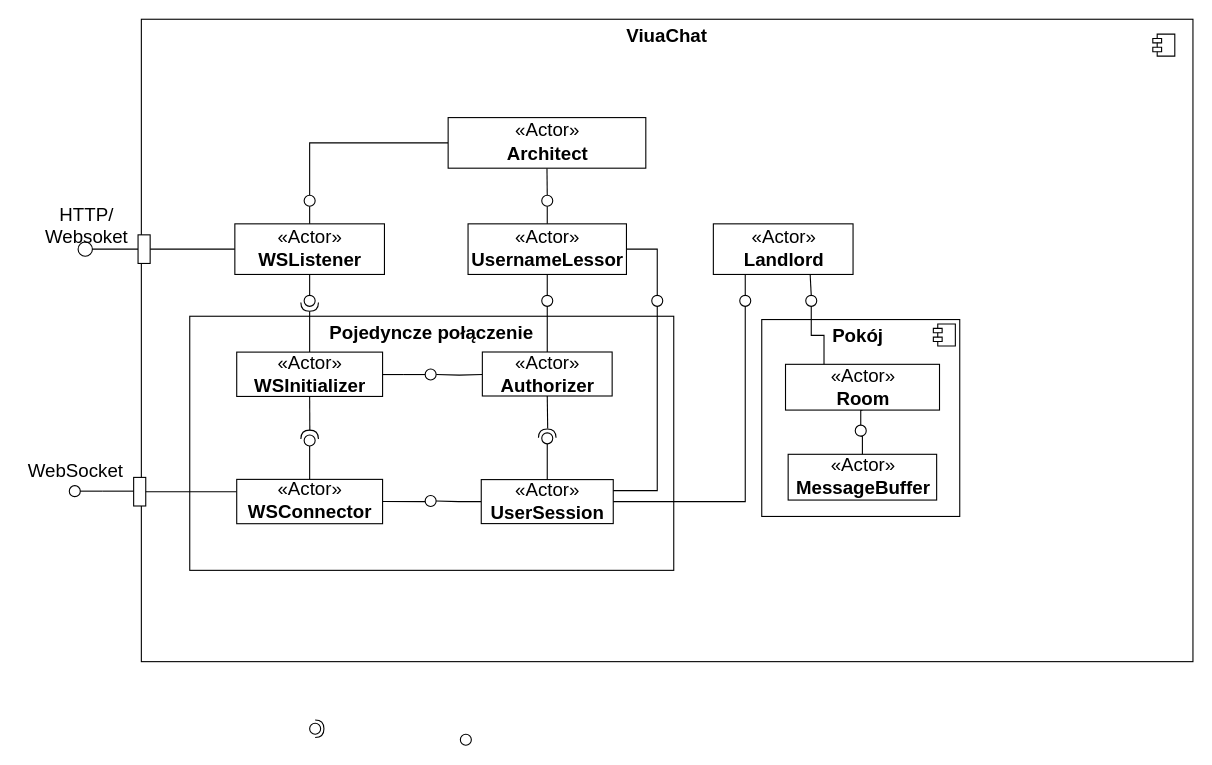
Above: viuachat/diag/Diagram komponentow viuachat.drawio in marekjm/inzynierka (draw.io), before the change. Source tidied: cells renumbered, new cells numbered last; positions are measured from the earlier drawing's top-left corner, leaving out a move shared by most shapes. Both pictures are drawn from the tidied source at 110%, with x=0, y=0 at pixel (20, 19).
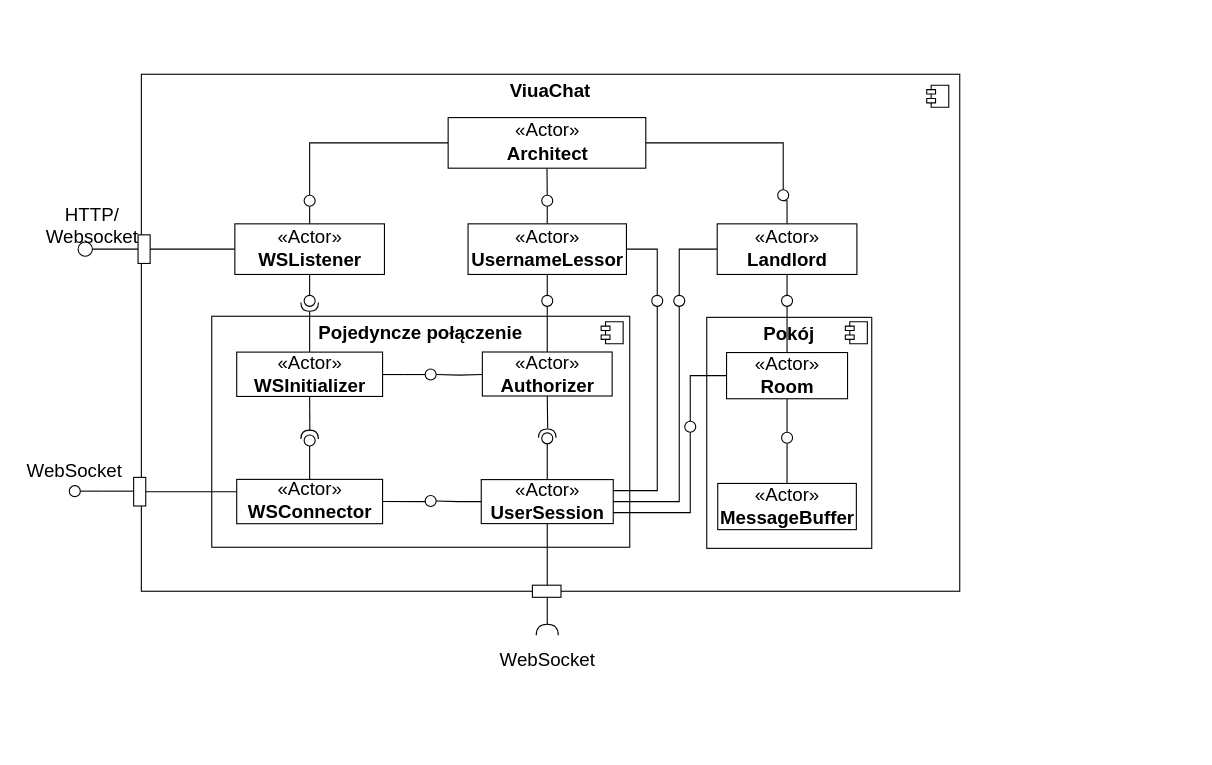
After the change.

Commit message (it also covers changes not shown here):
Poprawione schematy komponentow i sekwencyjne

The change refers to these unchanged cells:
```xml
<mxCell id="21" value="«Actor»&lt;br style=&quot;font-size: 17px;&quot;&gt;&lt;b style=&quot;font-size: 17px;&quot;&gt;Architect&lt;/b&gt;&lt;br style=&quot;font-size: 17px;&quot;&gt;" style="html=1;fontSize=17;" parent="1" vertex="1">
  <mxGeometry x="388.9" y="89.4" width="179.7" height="46" as="geometry" />
</mxCell>
<mxCell id="38" value="«Actor»&lt;br style=&quot;font-size: 17px;&quot;&gt;&lt;b style=&quot;font-size: 17px;&quot;&gt;UserSession&lt;/b&gt;&lt;br style=&quot;font-size: 17px;&quot;&gt;" style="html=1;fontSize=17;" parent="1" vertex="1">
  <mxGeometry x="419" y="418.5" width="120" height="40" as="geometry" />
</mxCell>
```

What changed in the source:
```diff
@@
     <mxCell id="2" value="&lt;p style=&quot;margin: 6px 0px 0px ; text-align: center ; font-size: 17px&quot;&gt;&lt;b&gt;ViuaChat&lt;/b&gt;&lt;/p&gt;" style="align=left;overflow=fill;html=1;fontSize=17;" parent="1" vertex="1">
-      <mxGeometry x="110" width="956" height="584" as="geometry" />
+      <mxGeometry x="110" y="50" width="744" height="470" as="geometry" />
     </mxCell>
-    <mxCell id="3" value="&lt;p style=&quot;margin: 6px 0px 0px; text-align: center; font-size: 17px;&quot;&gt;&lt;b style=&quot;font-size: 17px;&quot;&gt;Pokój&amp;nbsp;&lt;/b&gt;&lt;/p&gt;" style="align=left;overflow=fill;html=1;fontSize=17;" parent="1" vertex="1">
-      <mxGeometry x="674" y="273" width="180" height="179" as="geometry" />
+    <mxCell id="3" value="&lt;p style=&quot;margin: 6px 0px 0px ; text-align: center ; font-size: 17px&quot;&gt;&lt;b style=&quot;font-size: 17px&quot;&gt;Pokój&lt;/b&gt;&lt;/p&gt;" style="align=left;overflow=fill;html=1;fontSize=17;" parent="1" vertex="1">
+      <mxGeometry x="624" y="271" width="150" height="210" as="geometry" />
     </mxCell>
-    <mxCell id="4" style="shape=component;jettyWidth=8;jettyHeight=4;fontSize=17;" parent="3" vertex="1">
-      <mxGeometry x="1" width="20" height="20" relative="1" as="geometry">
-        <mxPoint x="-24" y="4" as="offset" />
-      </mxGeometry>
-    </mxCell>
-    <mxCell id="5" style="edgeStyle=orthogonalEdgeStyle;rounded=0;html=1;exitX=0.5;exitY=1;entryX=0.5;entryY=0;endArrow=none;endFill=0;jettySize=auto;strokeWidth=1;fontSize=11;" parent="3" edge="1" source="6" target="9">
-      <mxGeometry relative="1" as="geometry" />
-    </mxCell>
-    <mxCell id="6" value="«Actor»&lt;br style=&quot;font-size: 17px;&quot;&gt;&lt;b style=&quot;font-size: 17px;&quot;&gt;Room&lt;/b&gt;&lt;br style=&quot;font-size: 17px;&quot;&gt;" style="html=1;fontSize=17;" parent="3" vertex="1">
-      <mxGeometry x="21.6" y="40.7" width="140" height="41.6" as="geometry" />
-    </mxCell>
-    <mxCell id="7" value="«Actor»&lt;br style=&quot;font-size: 17px;&quot;&gt;&lt;b style=&quot;font-size: 17px;&quot;&gt;MessageBuffer&lt;/b&gt;&lt;br style=&quot;font-size: 17px;&quot;&gt;" style="html=1;fontSize=17;" parent="3" vertex="1">
-      <mxGeometry x="24" y="122.5" width="135" height="41.6" as="geometry" />
-    </mxCell>
-    <mxCell id="8" style="edgeStyle=orthogonalEdgeStyle;rounded=0;html=1;exitX=0.5;exitY=1;entryX=0.5;entryY=0;endArrow=none;endFill=0;jettySize=auto;strokeWidth=1;fontSize=11;" parent="3" edge="1" source="9" target="7">
-      <mxGeometry relative="1" as="geometry" />
-    </mxCell>
-    <mxCell id="9" style="ellipse;whiteSpace=wrap;html=1;fontSize=11;align=center;" parent="3" vertex="1">
-      <mxGeometry x="85" y="96" width="10" height="10" as="geometry" />
-    </mxCell>
     <mxCell id="10" value="&lt;p style=&quot;margin: 6px 0px 0px; text-align: center; font-size: 17px;&quot;&gt;&lt;b style=&quot;font-size: 17px;&quot;&gt;Pojedyncze połączenie&lt;/b&gt;&lt;/p&gt;" style="align=left;overflow=fill;html=1;fontSize=17;" parent="1" vertex="1">
-      <mxGeometry x="154" y="270" width="440" height="231" as="geometry" />
+      <mxGeometry x="174" y="270" width="380" height="210" as="geometry" />
     </mxCell>
@@
-    <mxCell id="14" style="edgeStyle=orthogonalEdgeStyle;rounded=0;html=1;exitX=0.25;exitY=1;entryX=0.5;entryY=0;endArrow=none;endFill=0;jettySize=auto;strokeWidth=1;fontSize=11;" parent="1" edge="1" source="16" target="58">
+    <mxCell id="14" style="edgeStyle=orthogonalEdgeStyle;rounded=0;jettySize=auto;html=1;exitX=0;exitY=0.5;exitDx=0;exitDy=0;entryX=0.5;entryY=0;entryDx=0;entryDy=0;endArrow=none;endFill=0;" parent="1" edge="1" source="16" target="58">
       <mxGeometry relative="1" as="geometry" />
     </mxCell>
-    <mxCell id="15" style="edgeStyle=orthogonalEdgeStyle;rounded=0;html=1;exitX=0.693;exitY=1;entryX=0.5;entryY=0;endArrow=none;endFill=0;jettySize=auto;strokeWidth=1;fontSize=11;exitPerimeter=0;" parent="1" edge="1" source="16" target="69">
-      <mxGeometry relative="1" as="geometry">
-        <Array as="points">
-          <mxPoint x="719" y="232" />
-        </Array>
-      </mxGeometry>
+    <mxCell id="15" style="edgeStyle=orthogonalEdgeStyle;rounded=0;jettySize=auto;html=1;exitX=0.5;exitY=1;exitDx=0;exitDy=0;entryX=0.5;entryY=0;entryDx=0;entryDy=0;endArrow=none;endFill=0;" parent="1" edge="1" source="16" target="69">
+      <mxGeometry relative="1" as="geometry" />
     </mxCell>
     <mxCell id="16" value="«Actor»&lt;br style=&quot;font-size: 17px;&quot;&gt;&lt;b style=&quot;font-size: 17px;&quot;&gt;Landlord&lt;/b&gt;&lt;br style=&quot;font-size: 17px;&quot;&gt;" style="html=1;fontSize=17;" parent="1" vertex="1">
-      <mxGeometry x="630" y="186" width="127" height="46" as="geometry" />
+      <mxGeometry x="633.5" y="186" width="127" height="46" as="geometry" />
     </mxCell>
@@
     <mxCell id="24" style="shape=component;jettyWidth=8;jettyHeight=4;fontSize=17;" parent="1" vertex="1">
-      <mxGeometry x="1029.5" y="13.5" width="20" height="20" as="geometry">
+      <mxGeometry x="824" y="60" width="20" height="20" as="geometry">
         <mxPoint x="-24" y="4" as="offset" />
       </mxGeometry>
     </mxCell>
@@
-    <mxCell id="28" value="HTTP/&lt;div style=&quot;text-align: center&quot;&gt;Websoket&lt;/div&gt;" style="text;html=1;align=center;verticalAlign=top;spacingTop=-4;fontSize=17;" parent="1" vertex="1">
-      <mxGeometry x="14.5" y="165.5" width="90" height="40" as="geometry" />
+    <mxCell id="28" value="HTTP/&lt;div style=&quot;text-align: center&quot;&gt;Websocket&lt;/div&gt;" style="text;html=1;align=center;verticalAlign=top;spacingTop=-4;fontSize=17;" parent="1" vertex="1">
+      <mxGeometry x="14.5" y="165.5" width="100" height="40" as="geometry" />
     </mxCell>
     <mxCell id="29" value="WebSocket" style="text;html=1;align=center;verticalAlign=top;spacingTop=-4;fontSize=17;" parent="1" vertex="1">
-      <mxGeometry x="-0.5" y="398.5" width="100" height="20" as="geometry" />
+      <mxGeometry x="-1.5" y="398.5" width="100" height="20" as="geometry" />
     </mxCell>
@@
+    <mxCell id="70" style="edgeStyle=orthogonalEdgeStyle;rounded=0;jettySize=auto;html=1;exitX=0.5;exitY=1;exitDx=0;exitDy=0;entryX=1;entryY=0.5;entryDx=0;entryDy=0;entryPerimeter=0;endArrow=none;endFill=0;" parent="1" edge="1" source="38" target="78">
+      <mxGeometry relative="1" as="geometry" />
+    </mxCell>
@@
-    <mxCell id="47" style="ellipse;whiteSpace=wrap;html=1;fontSize=11;align=center;" parent="1" vertex="1">
-      <mxGeometry x="400" y="650" width="10" height="10" as="geometry" />
-    </mxCell>
@@
-    <mxCell id="50" style="group;" parent="1" vertex="1">
-      <mxGeometry x="263" y="635" width="13" height="20" as="geometry" />
-    </mxCell>
-    <mxCell id="51" style="shape=requires;direction=north;html=1;fontSize=11;align=center;" parent="50" vertex="1">
-      <mxGeometry width="13" height="20" as="geometry" />
-    </mxCell>
-    <mxCell id="52" style="shape=lollipop;direction=south;html=1;fontSize=11;align=center;" parent="50" vertex="1">
-      <mxGeometry y="5" width="10" height="10" as="geometry" />
-    </mxCell>
@@
-    <mxCell id="57" style="edgeStyle=orthogonalEdgeStyle;rounded=0;html=1;exitX=0.5;exitY=1;entryX=1;entryY=0.5;endArrow=none;endFill=0;jettySize=auto;strokeWidth=1;fontSize=11;" parent="1" edge="1" source="58" target="38">
+    <mxCell id="57" style="edgeStyle=orthogonalEdgeStyle;rounded=0;jettySize=auto;html=1;exitX=0.5;exitY=1;exitDx=0;exitDy=0;entryX=1;entryY=0.5;entryDx=0;entryDy=0;endArrow=none;endFill=0;" parent="1" edge="1" source="58" target="38">
       <mxGeometry relative="1" as="geometry" />
     </mxCell>
     <mxCell id="58" style="ellipse;whiteSpace=wrap;html=1;fontSize=11;align=center;" parent="1" vertex="1">
-      <mxGeometry x="654" y="251" width="10" height="10" as="geometry" />
+      <mxGeometry x="594" y="251" width="10" height="10" as="geometry" />
     </mxCell>
@@
-    <mxCell id="68" style="edgeStyle=orthogonalEdgeStyle;rounded=0;html=1;exitX=0.5;exitY=1;entryX=0.25;entryY=0;endArrow=none;endFill=0;jettySize=auto;strokeWidth=1;fontSize=11;" parent="1" edge="1" source="69" target="6">
+    <mxCell id="68" style="edgeStyle=orthogonalEdgeStyle;rounded=0;jettySize=auto;html=1;exitX=0.5;exitY=1;exitDx=0;exitDy=0;entryX=0.5;entryY=0;entryDx=0;entryDy=0;endArrow=none;endFill=0;" parent="1" edge="1" source="69" target="6">
       <mxGeometry relative="1" as="geometry" />
     </mxCell>
     <mxCell id="69" style="ellipse;whiteSpace=wrap;html=1;fontSize=11;align=center;" parent="1" vertex="1">
-      <mxGeometry x="714" y="251" width="10" height="10" as="geometry" />
+      <mxGeometry x="692" y="251" width="10" height="10" as="geometry" />
     </mxCell>
+    <mxCell id="5" style="edgeStyle=orthogonalEdgeStyle;rounded=0;html=1;exitX=0.5;exitY=1;entryX=0.5;entryY=0;endArrow=none;endFill=0;jettySize=auto;strokeWidth=1;fontSize=11;" parent="1" edge="1" source="6" target="9">
+      <mxGeometry relative="1" as="geometry" />
+    </mxCell>
+    <mxCell id="71" style="edgeStyle=orthogonalEdgeStyle;rounded=0;jettySize=auto;html=1;exitX=0;exitY=0.5;exitDx=0;exitDy=0;entryX=0.5;entryY=0;entryDx=0;entryDy=0;endArrow=none;endFill=0;" parent="1" edge="1" source="6" target="77">
+      <mxGeometry relative="1" as="geometry" />
+    </mxCell>
+    <mxCell id="6" value="«Actor»&lt;br style=&quot;font-size: 17px;&quot;&gt;&lt;b style=&quot;font-size: 17px;&quot;&gt;Room&lt;/b&gt;&lt;br style=&quot;font-size: 17px;&quot;&gt;" style="html=1;fontSize=17;" parent="1" vertex="1">
+      <mxGeometry x="642" y="303" width="110" height="42" as="geometry" />
+    </mxCell>
+    <mxCell id="72" style="edgeStyle=orthogonalEdgeStyle;rounded=0;jettySize=auto;html=1;exitX=0.5;exitY=0;exitDx=0;exitDy=0;entryX=0.5;entryY=1;entryDx=0;entryDy=0;endArrow=none;endFill=0;" parent="1" edge="1" source="7" target="9">
+      <mxGeometry relative="1" as="geometry" />
+    </mxCell>
+    <mxCell id="7" value="«Actor»&lt;br style=&quot;font-size: 17px;&quot;&gt;&lt;b style=&quot;font-size: 17px;&quot;&gt;MessageBuffer&lt;/b&gt;&lt;br style=&quot;font-size: 17px;&quot;&gt;" style="html=1;fontSize=17;" parent="1" vertex="1">
+      <mxGeometry x="634" y="422" width="126" height="42" as="geometry" />
+    </mxCell>
+    <mxCell id="9" style="ellipse;whiteSpace=wrap;html=1;fontSize=11;align=center;" parent="1" vertex="1">
+      <mxGeometry x="692" y="375.5" width="10" height="10" as="geometry" />
+    </mxCell>
+    <mxCell id="73" style="edgeStyle=orthogonalEdgeStyle;rounded=0;jettySize=auto;html=1;exitX=0.5;exitY=1;exitDx=0;exitDy=0;entryX=0.5;entryY=0;entryDx=0;entryDy=0;endArrow=none;endFill=0;" parent="1" edge="1" source="74" target="16">
+      <mxGeometry relative="1" as="geometry" />
+    </mxCell>
+    <mxCell id="74" style="ellipse;whiteSpace=wrap;html=1;fontSize=11;align=center;" parent="1" vertex="1">
+      <mxGeometry x="688.5" y="155" width="10" height="10" as="geometry" />
+    </mxCell>
+    <mxCell id="75" style="edgeStyle=orthogonalEdgeStyle;rounded=0;jettySize=auto;html=1;exitX=1;exitY=0.5;exitDx=0;exitDy=0;entryX=0.5;entryY=0;entryDx=0;entryDy=0;endArrow=none;endFill=0;" parent="1" edge="1" source="21" target="74">
+      <mxGeometry relative="1" as="geometry" />
+    </mxCell>
+    <mxCell id="76" style="edgeStyle=orthogonalEdgeStyle;rounded=0;jettySize=auto;html=1;exitX=0.5;exitY=1;exitDx=0;exitDy=0;entryX=1;entryY=0.75;entryDx=0;entryDy=0;endArrow=none;endFill=0;" parent="1" edge="1" source="77" target="38">
+      <mxGeometry relative="1" as="geometry" />
+    </mxCell>
+    <mxCell id="77" style="ellipse;whiteSpace=wrap;html=1;fontSize=11;align=center;" parent="1" vertex="1">
+      <mxGeometry x="604" y="365.5" width="10" height="10" as="geometry" />
+    </mxCell>
+    <mxCell id="78" style="shape=requiredInterface;html=1;verticalLabelPosition=bottom;direction=north;" parent="1" vertex="1">
+      <mxGeometry x="469" y="550" width="20" height="10" as="geometry" />
+    </mxCell>
+    <mxCell id="79" style="rounded=0;whiteSpace=wrap;html=1;rotation=-90;fontSize=17;direction=south;" parent="1" vertex="1">
+      <mxGeometry x="473" y="507" width="11" height="26" as="geometry" />
+    </mxCell>
+    <mxCell id="80" value="WebSocket" style="text;html=1;align=center;verticalAlign=top;spacingTop=-4;fontSize=17;" parent="1" vertex="1">
+      <mxGeometry x="428.5" y="570" width="100" height="20" as="geometry" />
+    </mxCell>
+    <mxCell id="81" style="shape=component;jettyWidth=8;jettyHeight=4;fontSize=17;" parent="1" vertex="1">
+      <mxGeometry x="528" y="275" width="20" height="20" as="geometry">
+        <mxPoint x="-24" y="4" as="offset" />
+      </mxGeometry>
+    </mxCell>
+    <mxCell id="82" style="shape=component;jettyWidth=8;jettyHeight=4;fontSize=17;" parent="1" vertex="1">
+      <mxGeometry x="750" y="275" width="20" height="20" as="geometry">
+        <mxPoint x="-24" y="4" as="offset" />
+      </mxGeometry>
+    </mxCell>
```
